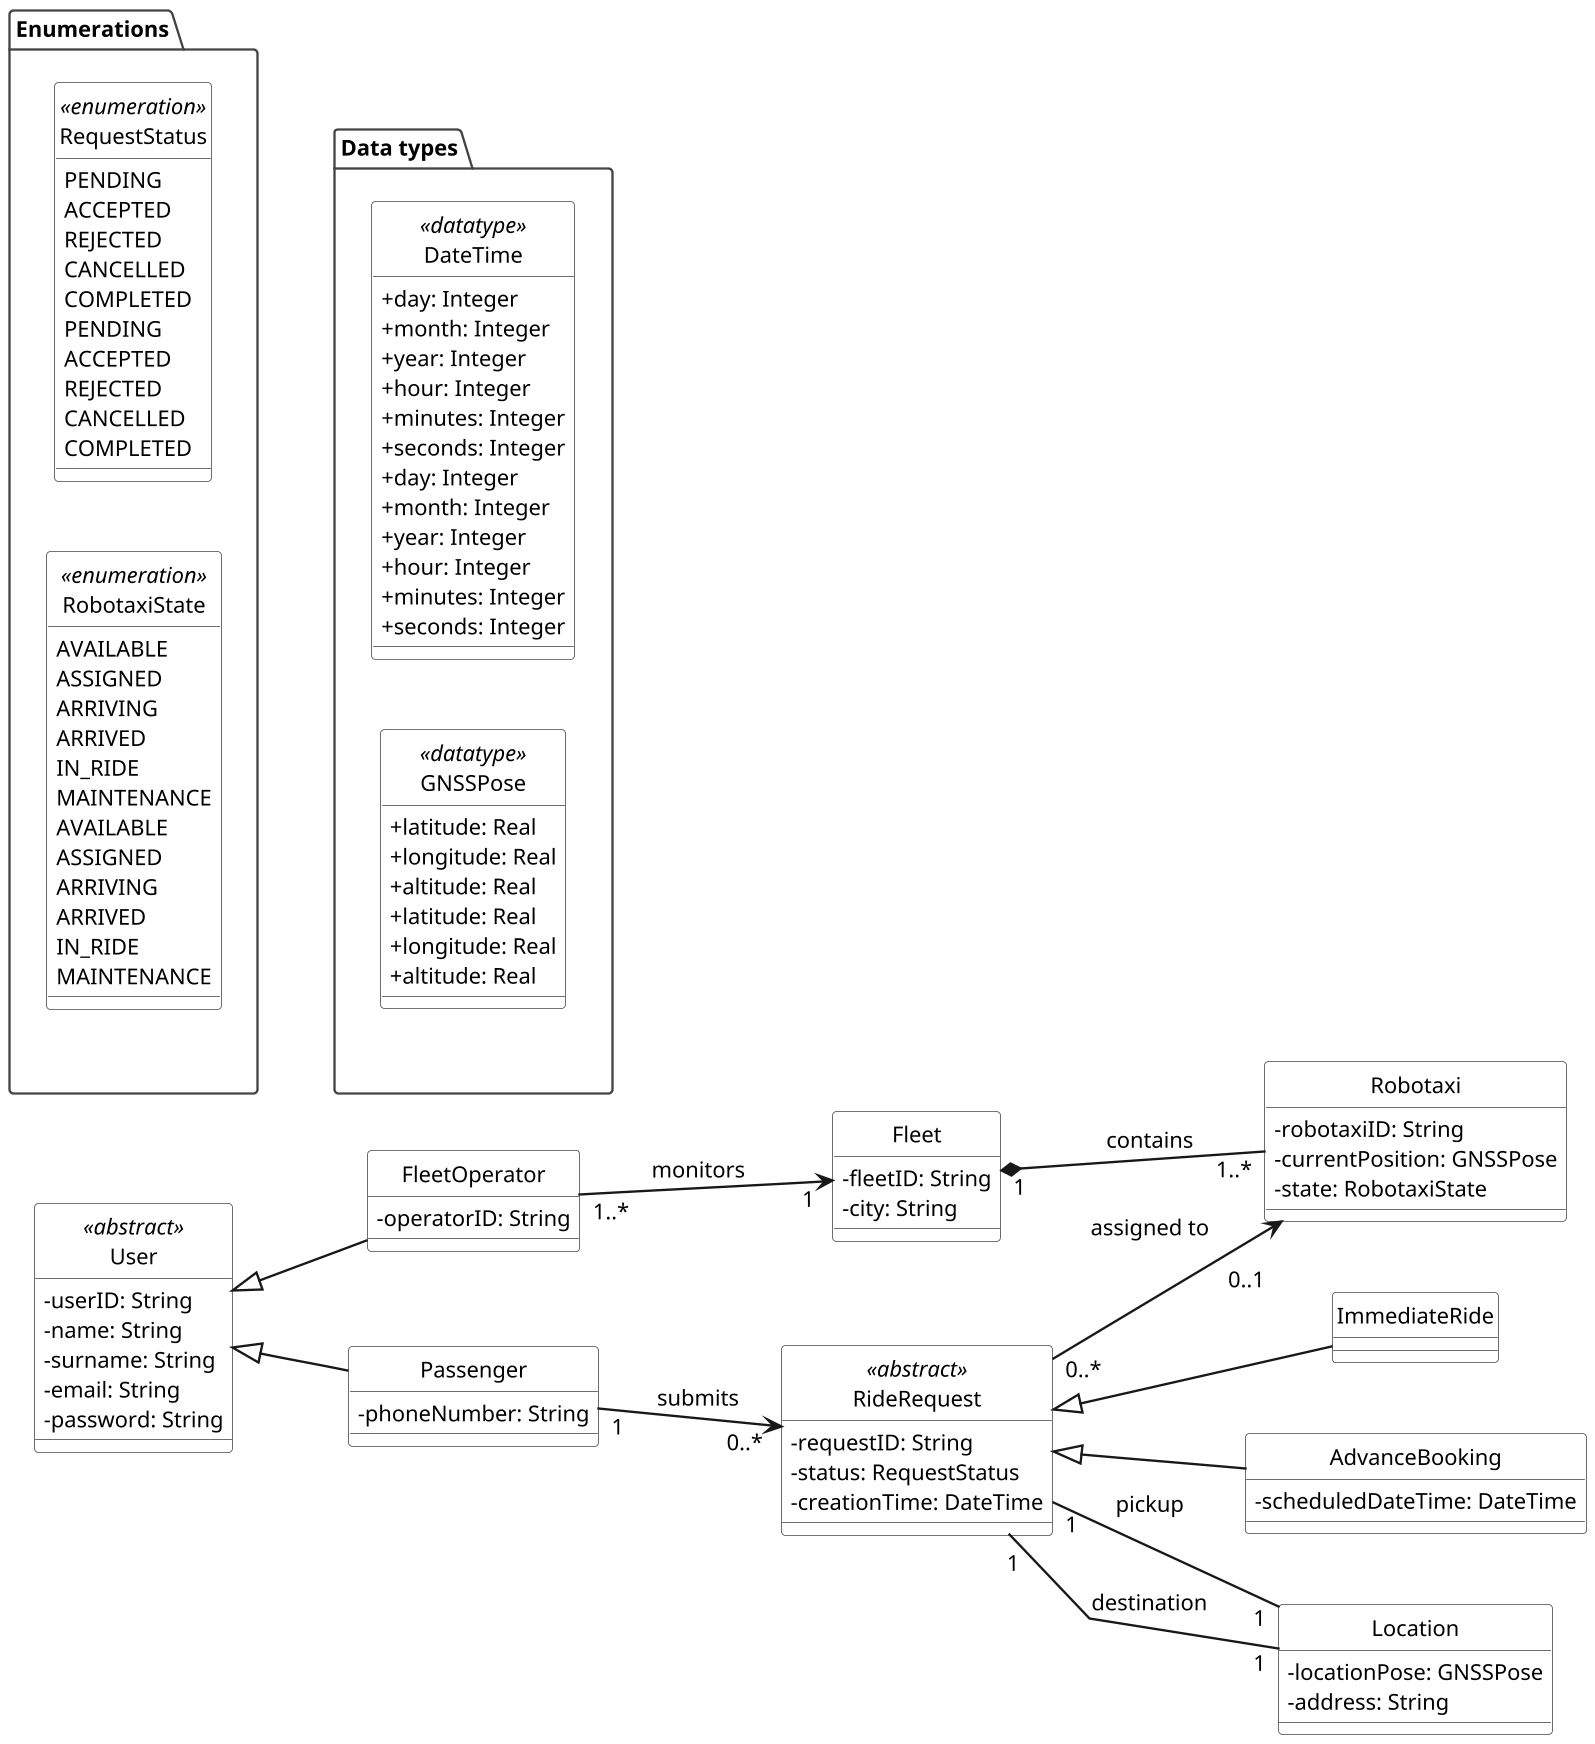
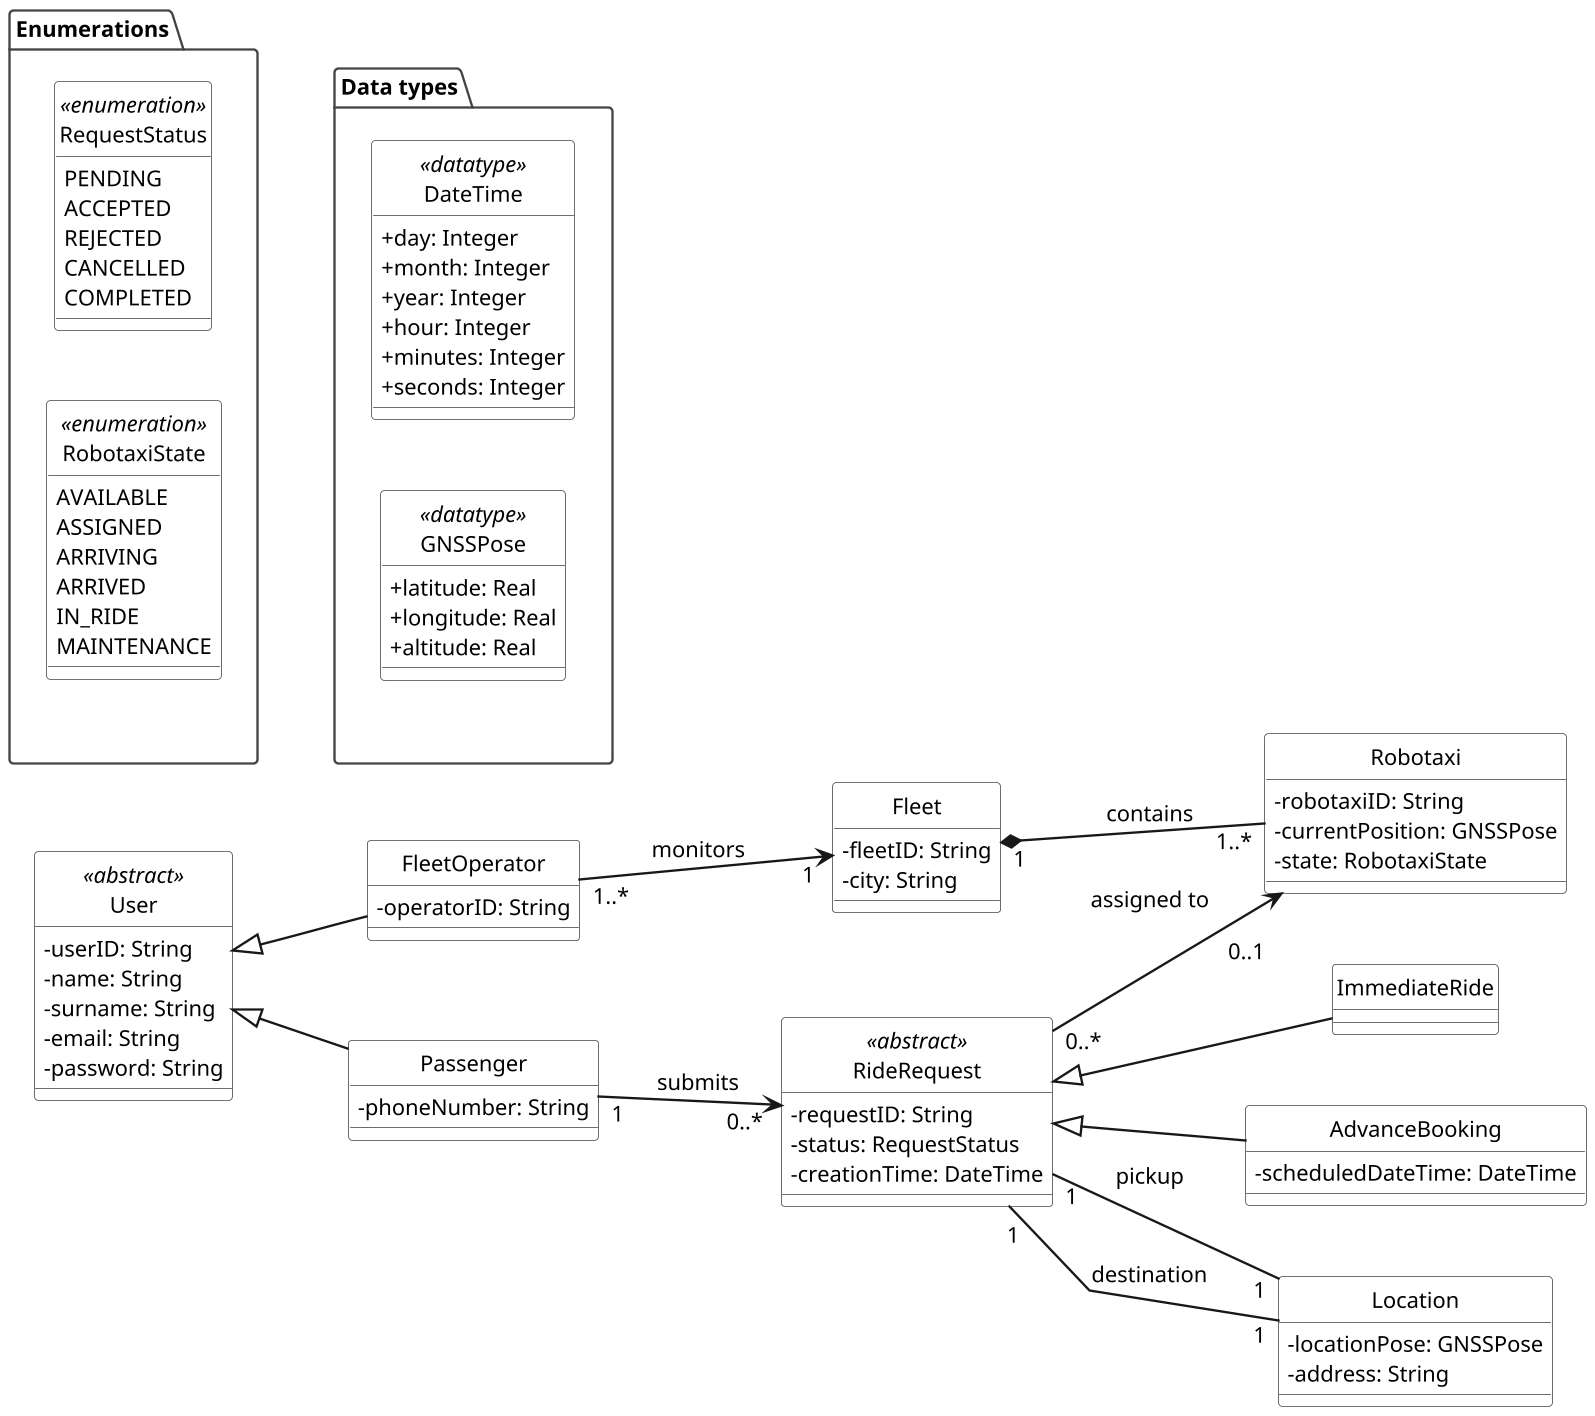
@startuml

skinparam backgroundColor white
skinparam shadowing false
skinparam defaultFontName Arial
skinparam defaultFontSize 14
skinparam dpi 150
skinparam maxMessageSize 90
skinparam pageMargin 20
skinparam classAttributeIconSize 0
skinparam linetype polyline
skinparam nodesep 45
skinparam ranksep 45
skinparam ArrowThickness 1.5

skinparam class {
    BackgroundColor white
    BorderColor #444444
    FontColor black
    HeaderBackgroundColor white
}

skinparam enum {
    BackgroundColor white
    BorderColor #444444
    FontColor black
    HeaderBackgroundColor white
}

skinparam package {
    BackgroundColor white
    BorderColor #444444
    FontColor black
}

hide circle
left to right direction

package "Data types" as DT {
    class DateTime <<datatype>> {
        + day: Integer
        + month: Integer
        + year: Integer
        + hour: Integer
        + minutes: Integer
        + seconds: Integer
    }

    class GNSSPose <<datatype>> {
        + latitude: Real
        + longitude: Real
        + altitude: Real
    }
}

package "Enumerations" as EN {
    enum RequestStatus <<enumeration>> {
        PENDING
        ACCEPTED
        REJECTED
        CANCELLED
        COMPLETED
    }

    enum RobotaxiState <<enumeration>> {
        AVAILABLE
        ASSIGNED
        ARRIVING
        ARRIVED
        IN_RIDE
        MAINTENANCE
    }
}

class User <<abstract>> {
    - userID: String
    - name: String
    - surname: String
    - email: String
    - password: String
}

class Passenger {
    - phoneNumber: String
}

class FleetOperator {
    - operatorID: String
}

class Fleet {
    - fleetID: String
    - city: String
}

class Robotaxi {
    - robotaxiID: String
    - currentPosition: GNSSPose
    - state: RobotaxiState
}

class RideRequest <<abstract>> {
    - requestID: String
    - status: RequestStatus
    - creationTime: DateTime
}

class ImmediateRide {
}

class AdvanceBooking {
    - scheduledDateTime: DateTime
}

class Location {
    - locationPose: GNSSPose
    - address: String
}

- 
- package "Data types" as DT {
-     class DateTime <<datatype>> {
-         + day: Integer
-         + month: Integer
-         + year: Integer
-         + hour: Integer
-         + minutes: Integer
-         + seconds: Integer
-     }
- 
-     class GNSSPose <<datatype>> {
-         + latitude: Real
-         + longitude: Real
-         + altitude: Real
-     }
- }
- 
- package "Enumerations" as EN {
-     enum RequestStatus <<enumeration>> {
-         PENDING
-         ACCEPTED
-         REJECTED
-         CANCELLED
-         COMPLETED
-     }
- 
-     enum RobotaxiState <<enumeration>> {
-         AVAILABLE
-         ASSIGNED
-         ARRIVING
-         ARRIVED
-         IN_RIDE
-         MAINTENANCE
-     }
- }
- 
DT -[hidden]up- EN
User <|-- Passenger
User <|-- FleetOperator

RideRequest <|-- ImmediateRide
RideRequest <|-- AdvanceBooking

Passenger "1" --> "0..* " RideRequest : submits

FleetOperator "1..*" --> "1 " Fleet : monitors

Fleet "1" *-- "1..*" Robotaxi : contains

RideRequest "0..*" --> "\n0..1" Robotaxi : assigned to\n

RideRequest "1" -down- "1" Location : pickup
RideRequest "1" -down- "1" Location : destination

- @enduml+ @enduml
